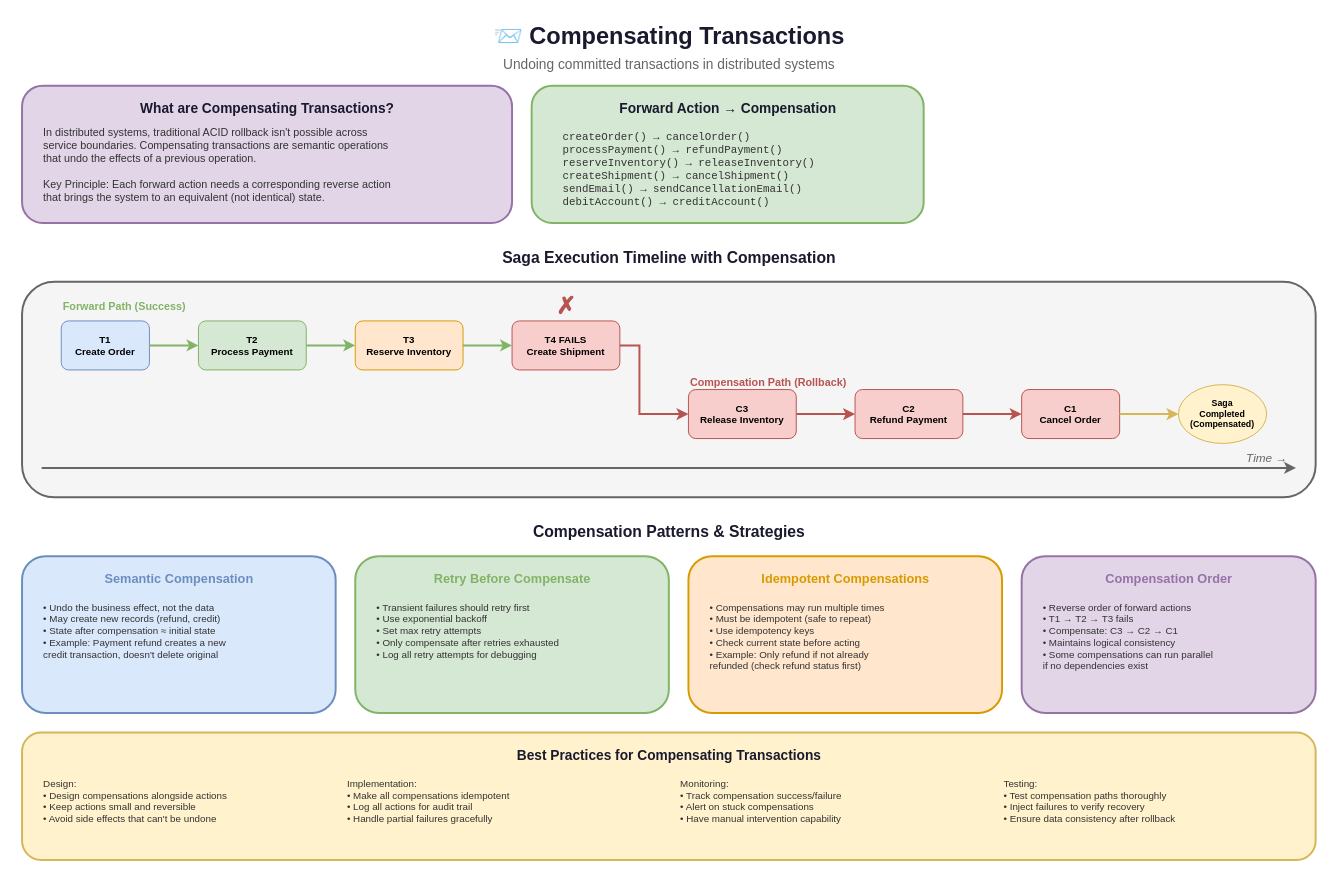
The draw.io diagram lesson-02-event-driven-architecture/03-event-patterns/3.5-compensating-transactions.drawio in MrParkerZ7/document-lesson-software-architect-x-claude, before the edit. Source tidied: cells renumbered, new cells numbered last; positions are measured from the earlier drawing's top-left corner, leaving out a move shared by most shapes. Both pictures are drawn from the tidied source at 98%, with x=0, y=0 at pixel (22, 17).
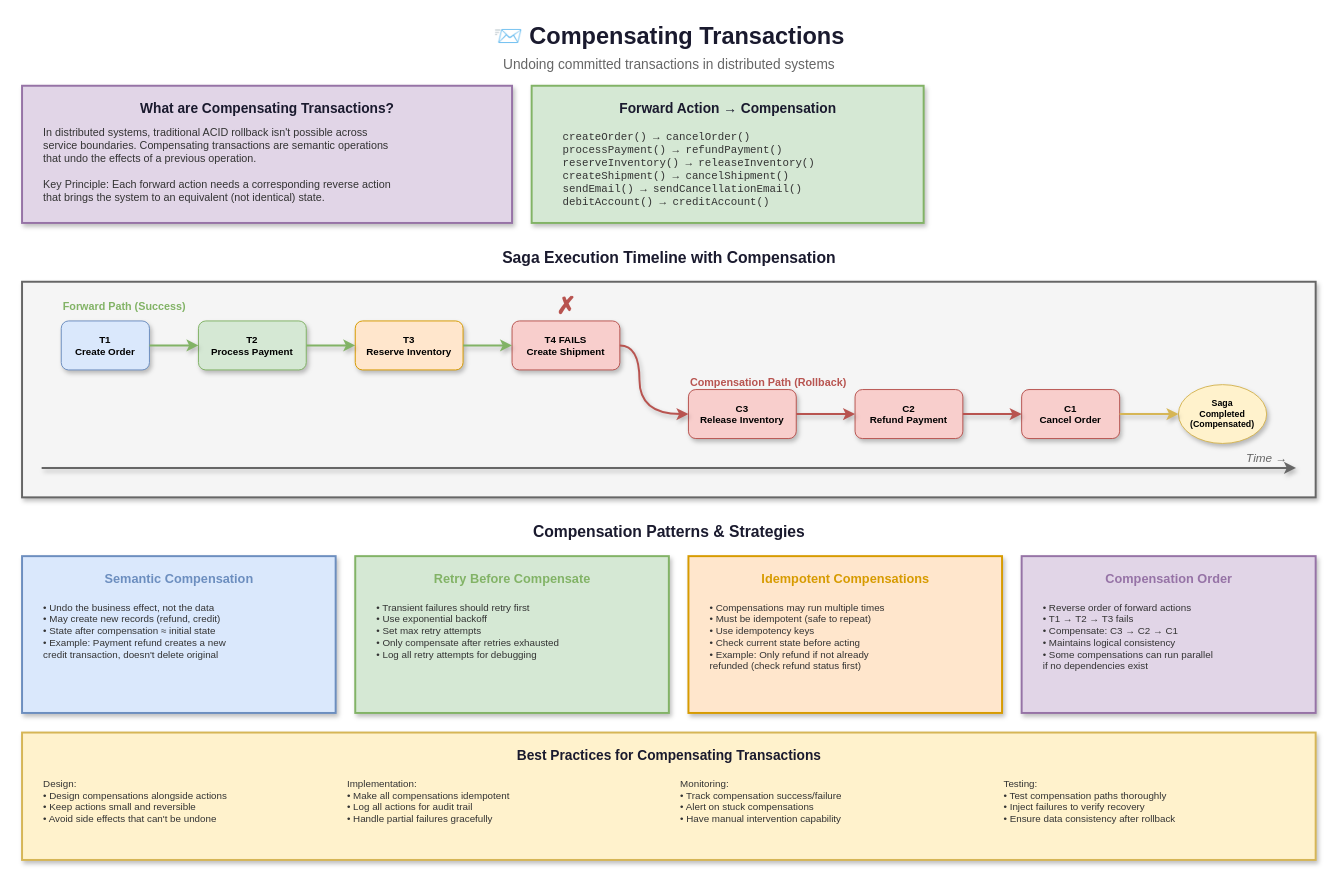
The same diagram, later.

Change to the diagram source:
```diff
@@
-    <mxCell id="4" style="rounded=1;whiteSpace=wrap;html=1;fillColor=#e1d5e7;strokeColor=#9673a6;strokeWidth=2;" parent="1" vertex="1">
+    <mxCell id="4" style="rounded=0;whiteSpace=wrap;html=1;fillColor=#e1d5e7;strokeColor=#9673a6;strokeWidth=2;shadow=1;" parent="1" vertex="1">
       <mxGeometry y="70" width="500" height="140" as="geometry" />
     </mxCell>
@@
-    <mxCell id="7" style="rounded=1;whiteSpace=wrap;html=1;fillColor=#d5e8d4;strokeColor=#82b366;strokeWidth=2;" parent="1" vertex="1">
+    <mxCell id="7" style="rounded=0;whiteSpace=wrap;html=1;fillColor=#d5e8d4;strokeColor=#82b366;strokeWidth=2;shadow=1;" parent="1" vertex="1">
       <mxGeometry x="520" y="70" width="400" height="140" as="geometry" />
     </mxCell>
@@
-    <mxCell id="11" style="rounded=1;whiteSpace=wrap;html=1;fillColor=#f5f5f5;strokeColor=#666666;strokeWidth=2;" parent="1" vertex="1">
+    <mxCell id="11" style="rounded=0;whiteSpace=wrap;html=1;fillColor=#f5f5f5;strokeColor=#666666;strokeWidth=2;shadow=1;" parent="1" vertex="1">
       <mxGeometry y="270" width="1320" height="220" as="geometry" />
     </mxCell>
-    <mxCell id="12" style="endArrow=classic;html=1;strokeWidth=2;strokeColor=#666666;" parent="1" edge="1">
+    <mxCell id="12" style="endArrow=classic;html=1;strokeWidth=2;strokeColor=#666666;shadow=1;curved=1;flowAnimation=1;jumpStyle=arc;" parent="1" edge="1">
       <mxGeometry relative="1" as="geometry">
         <mxPoint x="20" y="460" as="sourcePoint" />
         <mxPoint x="1300" y="460" as="targetPoint" />
       </mxGeometry>
     </mxCell>
@@
-    <mxCell id="14" value="T1&#10;Create Order" style="rounded=1;whiteSpace=wrap;html=1;fillColor=#dae8fc;strokeColor=#6c8ebf;fontSize=10;fontStyle=1;" parent="1" vertex="1">
+    <mxCell id="14" value="T1&#10;Create Order" style="rounded=1;whiteSpace=wrap;html=1;fillColor=#dae8fc;strokeColor=#6c8ebf;fontSize=10;fontStyle=1;shadow=1;" parent="1" vertex="1">
       <mxGeometry x="40" y="310" width="90" height="50" as="geometry" />
     </mxCell>
-    <mxCell id="15" value="T2&#10;Process Payment" style="rounded=1;whiteSpace=wrap;html=1;fillColor=#d5e8d4;strokeColor=#82b366;fontSize=10;fontStyle=1;" parent="1" vertex="1">
+    <mxCell id="15" value="T2&#10;Process Payment" style="rounded=1;whiteSpace=wrap;html=1;fillColor=#d5e8d4;strokeColor=#82b366;fontSize=10;fontStyle=1;shadow=1;" parent="1" vertex="1">
       <mxGeometry x="180" y="310" width="110" height="50" as="geometry" />
     </mxCell>
-    <mxCell id="16" value="T3&#10;Reserve Inventory" style="rounded=1;whiteSpace=wrap;html=1;fillColor=#ffe6cc;strokeColor=#d79b00;fontSize=10;fontStyle=1;" parent="1" vertex="1">
+    <mxCell id="16" value="T3&#10;Reserve Inventory" style="rounded=1;whiteSpace=wrap;html=1;fillColor=#ffe6cc;strokeColor=#d79b00;fontSize=10;fontStyle=1;shadow=1;" parent="1" vertex="1">
       <mxGeometry x="340" y="310" width="110" height="50" as="geometry" />
     </mxCell>
-    <mxCell id="17" value="T4 FAILS&#10;Create Shipment" style="rounded=1;whiteSpace=wrap;html=1;fillColor=#f8cecc;strokeColor=#b85450;fontSize=10;fontStyle=1;" parent="1" vertex="1">
+    <mxCell id="17" value="T4 FAILS&#10;Create Shipment" style="rounded=1;whiteSpace=wrap;html=1;fillColor=#f8cecc;strokeColor=#b85450;fontSize=10;fontStyle=1;shadow=1;" parent="1" vertex="1">
       <mxGeometry x="500" y="310" width="110" height="50" as="geometry" />
     </mxCell>
@@
-    <mxCell id="19" value="C3&#10;Release Inventory" style="rounded=1;whiteSpace=wrap;html=1;fillColor=#f8cecc;strokeColor=#b85450;fontSize=10;fontStyle=1;" parent="1" vertex="1">
+    <mxCell id="19" value="C3&#10;Release Inventory" style="rounded=1;whiteSpace=wrap;html=1;fillColor=#f8cecc;strokeColor=#b85450;fontSize=10;fontStyle=1;shadow=1;" parent="1" vertex="1">
       <mxGeometry x="680" y="380" width="110" height="50" as="geometry" />
     </mxCell>
-    <mxCell id="20" value="C2&#10;Refund Payment" style="rounded=1;whiteSpace=wrap;html=1;fillColor=#f8cecc;strokeColor=#b85450;fontSize=10;fontStyle=1;" parent="1" vertex="1">
+    <mxCell id="20" value="C2&#10;Refund Payment" style="rounded=1;whiteSpace=wrap;html=1;fillColor=#f8cecc;strokeColor=#b85450;fontSize=10;fontStyle=1;shadow=1;" parent="1" vertex="1">
       <mxGeometry x="850" y="380" width="110" height="50" as="geometry" />
     </mxCell>
-    <mxCell id="21" value="C1&#10;Cancel Order" style="rounded=1;whiteSpace=wrap;html=1;fillColor=#f8cecc;strokeColor=#b85450;fontSize=10;fontStyle=1;" parent="1" vertex="1">
+    <mxCell id="21" value="C1&#10;Cancel Order" style="rounded=1;whiteSpace=wrap;html=1;fillColor=#f8cecc;strokeColor=#b85450;fontSize=10;fontStyle=1;shadow=1;" parent="1" vertex="1">
       <mxGeometry x="1020" y="380" width="100" height="50" as="geometry" />
     </mxCell>
-    <mxCell id="22" value="Saga&#10;Completed&#10;(Compensated)" style="ellipse;whiteSpace=wrap;html=1;fillColor=#fff2cc;strokeColor=#d6b656;fontSize=9;fontStyle=1;" parent="1" vertex="1">
+    <mxCell id="22" value="Saga&#10;Completed&#10;(Compensated)" style="ellipse;whiteSpace=wrap;html=1;fillColor=#fff2cc;strokeColor=#d6b656;fontSize=9;fontStyle=1;shadow=1;" parent="1" vertex="1">
       <mxGeometry x="1180" y="375" width="90" height="60" as="geometry" />
     </mxCell>
-    <mxCell id="23" style="edgeStyle=orthogonalEdgeStyle;rounded=0;jettySize=auto;html=1;strokeColor=#82b366;strokeWidth=2;endArrow=classic;" parent="1" edge="1" source="14" target="15">
+    <mxCell id="23" style="edgeStyle=orthogonalEdgeStyle;rounded=0;jettySize=auto;html=1;strokeColor=#82b366;strokeWidth=2;endArrow=classic;shadow=1;curved=1;flowAnimation=1;jumpStyle=arc;" parent="1" edge="1" source="14" target="15">
       <mxGeometry relative="1" as="geometry" />
     </mxCell>
-    <mxCell id="24" style="edgeStyle=orthogonalEdgeStyle;rounded=0;jettySize=auto;html=1;strokeColor=#82b366;strokeWidth=2;endArrow=classic;" parent="1" edge="1" source="15" target="16">
+    <mxCell id="24" style="edgeStyle=orthogonalEdgeStyle;rounded=0;jettySize=auto;html=1;strokeColor=#82b366;strokeWidth=2;endArrow=classic;shadow=1;curved=1;flowAnimation=1;jumpStyle=arc;" parent="1" edge="1" source="15" target="16">
       <mxGeometry relative="1" as="geometry" />
     </mxCell>
-    <mxCell id="25" style="edgeStyle=orthogonalEdgeStyle;rounded=0;jettySize=auto;html=1;strokeColor=#82b366;strokeWidth=2;endArrow=classic;" parent="1" edge="1" source="16" target="17">
+    <mxCell id="25" style="edgeStyle=orthogonalEdgeStyle;rounded=0;jettySize=auto;html=1;strokeColor=#82b366;strokeWidth=2;endArrow=classic;shadow=1;curved=1;flowAnimation=1;jumpStyle=arc;" parent="1" edge="1" source="16" target="17">
       <mxGeometry relative="1" as="geometry" />
     </mxCell>
-    <mxCell id="26" style="edgeStyle=orthogonalEdgeStyle;rounded=0;jettySize=auto;html=1;strokeColor=#b85450;strokeWidth=2;endArrow=classic;" parent="1" edge="1" source="17" target="19">
+    <mxCell id="26" style="edgeStyle=orthogonalEdgeStyle;rounded=0;jettySize=auto;html=1;strokeColor=#b85450;strokeWidth=2;endArrow=classic;shadow=1;curved=1;flowAnimation=1;jumpStyle=arc;" parent="1" edge="1" source="17" target="19">
       <mxGeometry relative="1" as="geometry">
         <Array as="points">
           <mxPoint x="630" y="335" />
           <mxPoint x="630" y="405" />
         </Array>
       </mxGeometry>
     </mxCell>
-    <mxCell id="27" style="edgeStyle=orthogonalEdgeStyle;rounded=0;jettySize=auto;html=1;strokeColor=#b85450;strokeWidth=2;endArrow=classic;" parent="1" edge="1" source="19" target="20">
+    <mxCell id="27" style="edgeStyle=orthogonalEdgeStyle;rounded=0;jettySize=auto;html=1;strokeColor=#b85450;strokeWidth=2;endArrow=classic;shadow=1;curved=1;flowAnimation=1;jumpStyle=arc;" parent="1" edge="1" source="19" target="20">
       <mxGeometry relative="1" as="geometry" />
     </mxCell>
-    <mxCell id="28" style="edgeStyle=orthogonalEdgeStyle;rounded=0;jettySize=auto;html=1;strokeColor=#b85450;strokeWidth=2;endArrow=classic;" parent="1" edge="1" source="20" target="21">
+    <mxCell id="28" style="edgeStyle=orthogonalEdgeStyle;rounded=0;jettySize=auto;html=1;strokeColor=#b85450;strokeWidth=2;endArrow=classic;shadow=1;curved=1;flowAnimation=1;jumpStyle=arc;" parent="1" edge="1" source="20" target="21">
       <mxGeometry relative="1" as="geometry" />
     </mxCell>
-    <mxCell id="29" style="edgeStyle=orthogonalEdgeStyle;rounded=0;jettySize=auto;html=1;strokeColor=#d6b656;strokeWidth=2;endArrow=classic;" parent="1" edge="1" source="21" target="22">
+    <mxCell id="29" style="edgeStyle=orthogonalEdgeStyle;rounded=0;jettySize=auto;html=1;strokeColor=#d6b656;strokeWidth=2;endArrow=classic;shadow=1;curved=1;flowAnimation=1;jumpStyle=arc;" parent="1" edge="1" source="21" target="22">
       <mxGeometry relative="1" as="geometry" />
     </mxCell>
@@
-    <mxCell id="33" style="rounded=1;whiteSpace=wrap;html=1;fillColor=#dae8fc;strokeColor=#6c8ebf;strokeWidth=2;" parent="1" vertex="1">
+    <mxCell id="33" style="rounded=0;whiteSpace=wrap;html=1;fillColor=#dae8fc;strokeColor=#6c8ebf;strokeWidth=2;shadow=1;" parent="1" vertex="1">
       <mxGeometry y="550" width="320" height="160" as="geometry" />
     </mxCell>
@@
-    <mxCell id="36" style="rounded=1;whiteSpace=wrap;html=1;fillColor=#d5e8d4;strokeColor=#82b366;strokeWidth=2;" parent="1" vertex="1">
+    <mxCell id="36" style="rounded=0;whiteSpace=wrap;html=1;fillColor=#d5e8d4;strokeColor=#82b366;strokeWidth=2;shadow=1;" parent="1" vertex="1">
       <mxGeometry x="340" y="550" width="320" height="160" as="geometry" />
     </mxCell>
@@
-    <mxCell id="39" style="rounded=1;whiteSpace=wrap;html=1;fillColor=#ffe6cc;strokeColor=#d79b00;strokeWidth=2;" parent="1" vertex="1">
+    <mxCell id="39" style="rounded=0;whiteSpace=wrap;html=1;fillColor=#ffe6cc;strokeColor=#d79b00;strokeWidth=2;shadow=1;" parent="1" vertex="1">
       <mxGeometry x="680" y="550" width="320" height="160" as="geometry" />
     </mxCell>
@@
-    <mxCell id="42" style="rounded=1;whiteSpace=wrap;html=1;fillColor=#e1d5e7;strokeColor=#9673a6;strokeWidth=2;" parent="1" vertex="1">
+    <mxCell id="42" style="rounded=0;whiteSpace=wrap;html=1;fillColor=#e1d5e7;strokeColor=#9673a6;strokeWidth=2;shadow=1;" parent="1" vertex="1">
       <mxGeometry x="1020" y="550" width="300" height="160" as="geometry" />
     </mxCell>
@@
-    <mxCell id="45" style="rounded=1;whiteSpace=wrap;html=1;fillColor=#fff2cc;strokeColor=#d6b656;strokeWidth=2;" parent="1" vertex="1">
+    <mxCell id="45" style="rounded=0;whiteSpace=wrap;html=1;fillColor=#fff2cc;strokeColor=#d6b656;strokeWidth=2;shadow=1;" parent="1" vertex="1">
       <mxGeometry y="730" width="1320" height="130" as="geometry" />
     </mxCell>
```
